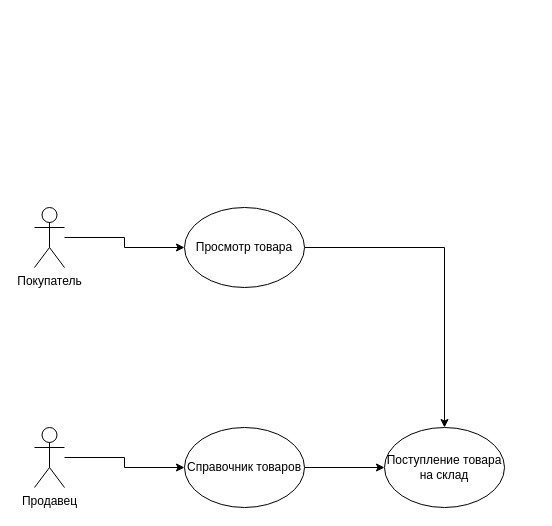
Above: IShopDia.drawio in GSMullin/IShop (draw.io), before the change. Source tidied: cells renumbered, new cells numbered last; positions are measured from the earlier drawing's top-left corner, leaving out a move shared by most shapes. Both pictures are drawn from the tidied source at 100%, with x=0, y=0 at pixel (34, 207).
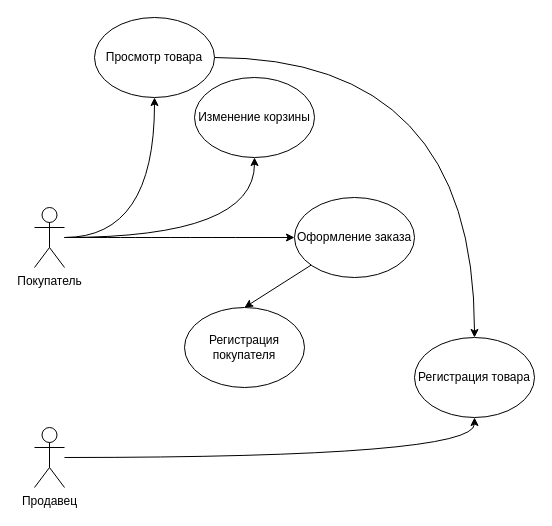
The same diagram, later.

Commit message:
Изменена диаграмма прецедентов.

What changed in the source:
```diff
@@
 <mxGraphModel>
   <root>
     <mxCell id="0" />
     <mxCell id="1" parent="0" />
-    <mxCell id="2" style="edgeStyle=orthogonalEdgeStyle;rounded=0;jettySize=auto;html=1;" parent="1" edge="1" source="3" target="7">
+    <mxCell id="2" style="edgeStyle=orthogonalEdgeStyle;rounded=0;jettySize=auto;html=1;curved=1;" parent="1" edge="1" source="3" target="7">
       <mxGeometry relative="1" as="geometry" />
     </mxCell>
+    <mxCell id="11" style="edgeStyle=orthogonalEdgeStyle;rounded=0;jettySize=auto;html=1;entryX=0.5;entryY=1;entryDx=0;entryDy=0;curved=1;" parent="1" edge="1" source="3" target="14">
+      <mxGeometry relative="1" as="geometry" />
+    </mxCell>
+    <mxCell id="12" style="edgeStyle=orthogonalEdgeStyle;rounded=0;jettySize=auto;html=1;curved=1;" parent="1" edge="1" source="3" target="16">
+      <mxGeometry relative="1" as="geometry" />
+    </mxCell>
     <mxCell id="3" value="Покупатель" style="shape=umlActor;verticalLabelPosition=bottom;verticalAlign=top;html=1;outlineConnect=0;" parent="1" vertex="1">
       <mxGeometry width="30" height="60" as="geometry" />
     </mxCell>
-    <mxCell id="4" style="edgeStyle=orthogonalEdgeStyle;rounded=0;jettySize=auto;html=1;entryX=0;entryY=0.5;entryDx=0;entryDy=0;" parent="1" edge="1" source="5" target="9">
-      <mxGeometry relative="1" as="geometry" />
-    </mxCell>
+    <mxCell id="13" style="edgeStyle=orthogonalEdgeStyle;rounded=0;jettySize=auto;html=1;entryX=0.5;entryY=1;entryDx=0;entryDy=0;curved=1;" parent="1" edge="1" source="5" target="10">
+      <mxGeometry relative="1" as="geometry" />
+    </mxCell>
     <mxCell id="5" value="Продавец" style="shape=umlActor;verticalLabelPosition=bottom;verticalAlign=top;html=1;outlineConnect=0;" parent="1" vertex="1">
       <mxGeometry y="220" width="30" height="60" as="geometry" />
     </mxCell>
-    <mxCell id="6" style="edgeStyle=orthogonalEdgeStyle;rounded=0;jettySize=auto;html=1;entryX=0.5;entryY=0;entryDx=0;entryDy=0;" parent="1" edge="1" source="7" target="10">
+    <mxCell id="6" style="edgeStyle=orthogonalEdgeStyle;rounded=0;jettySize=auto;html=1;entryX=0.5;entryY=0;entryDx=0;entryDy=0;curved=1;" parent="1" edge="1" source="7" target="10">
       <mxGeometry relative="1" as="geometry" />
     </mxCell>
     <mxCell id="7" value="Просмотр товара" style="ellipse;whiteSpace=wrap;html=1;" parent="1" vertex="1">
-      <mxGeometry x="150" width="120" height="80" as="geometry" />
+      <mxGeometry x="60" y="-190" width="120" height="80" as="geometry" />
     </mxCell>
-    <mxCell id="8" style="edgeStyle=orthogonalEdgeStyle;rounded=0;jettySize=auto;html=1;entryX=0;entryY=0.5;entryDx=0;entryDy=0;" parent="1" edge="1" source="9" target="10">
-      <mxGeometry relative="1" as="geometry" />
-    </mxCell>
-    <mxCell id="9" value="Справочник товаров" style="ellipse;whiteSpace=wrap;html=1;" parent="1" vertex="1">
-      <mxGeometry x="150" y="220" width="120" height="80" as="geometry" />
-    </mxCell>
-    <mxCell id="10" value="Поступление товара на склад" style="ellipse;whiteSpace=wrap;html=1;" parent="1" vertex="1">
-      <mxGeometry x="350" y="220" width="120" height="80" as="geometry" />
+    <mxCell id="10" value="Регистрация товара" style="ellipse;whiteSpace=wrap;html=1;" parent="1" vertex="1">
+      <mxGeometry x="380" y="130" width="120" height="80" as="geometry" />
     </mxCell>
+    <mxCell id="14" value="Изменение корзины" style="ellipse;whiteSpace=wrap;html=1;" parent="1" vertex="1">
+      <mxGeometry x="160" y="-130" width="120" height="80" as="geometry" />
+    </mxCell>
+    <mxCell id="15" style="rounded=0;jettySize=auto;html=1;entryX=0.5;entryY=0;entryDx=0;entryDy=0;" parent="1" edge="1" source="16" target="17">
+      <mxGeometry relative="1" as="geometry" />
+    </mxCell>
+    <mxCell id="16" value="Оформление заказа" style="ellipse;whiteSpace=wrap;html=1;" parent="1" vertex="1">
+      <mxGeometry x="260" y="-10" width="120" height="80" as="geometry" />
+    </mxCell>
+    <mxCell id="17" value="Регистрация покупателя" style="ellipse;whiteSpace=wrap;html=1;" parent="1" vertex="1">
+      <mxGeometry x="150" y="100" width="120" height="80" as="geometry" />
+    </mxCell>
   </root>
 </mxGraphModel>
```
